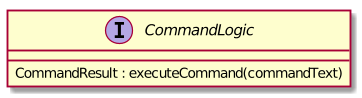
The PlantUML diagram docs/images/developerguide/CommandLogicClassDiagram.png in nus-cs2103-AY1920S1/addressbook-level3, before a commit.
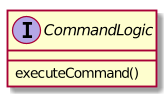
The same file after the commit.

What changed in the source:
```diff
@@ -1,7 +1,7 @@
 @startuml
 
 interface CommandLogic {
-    CommandResult : executeCommand(commandText)
+    executeCommand()
 }
 
 @enduml
```
